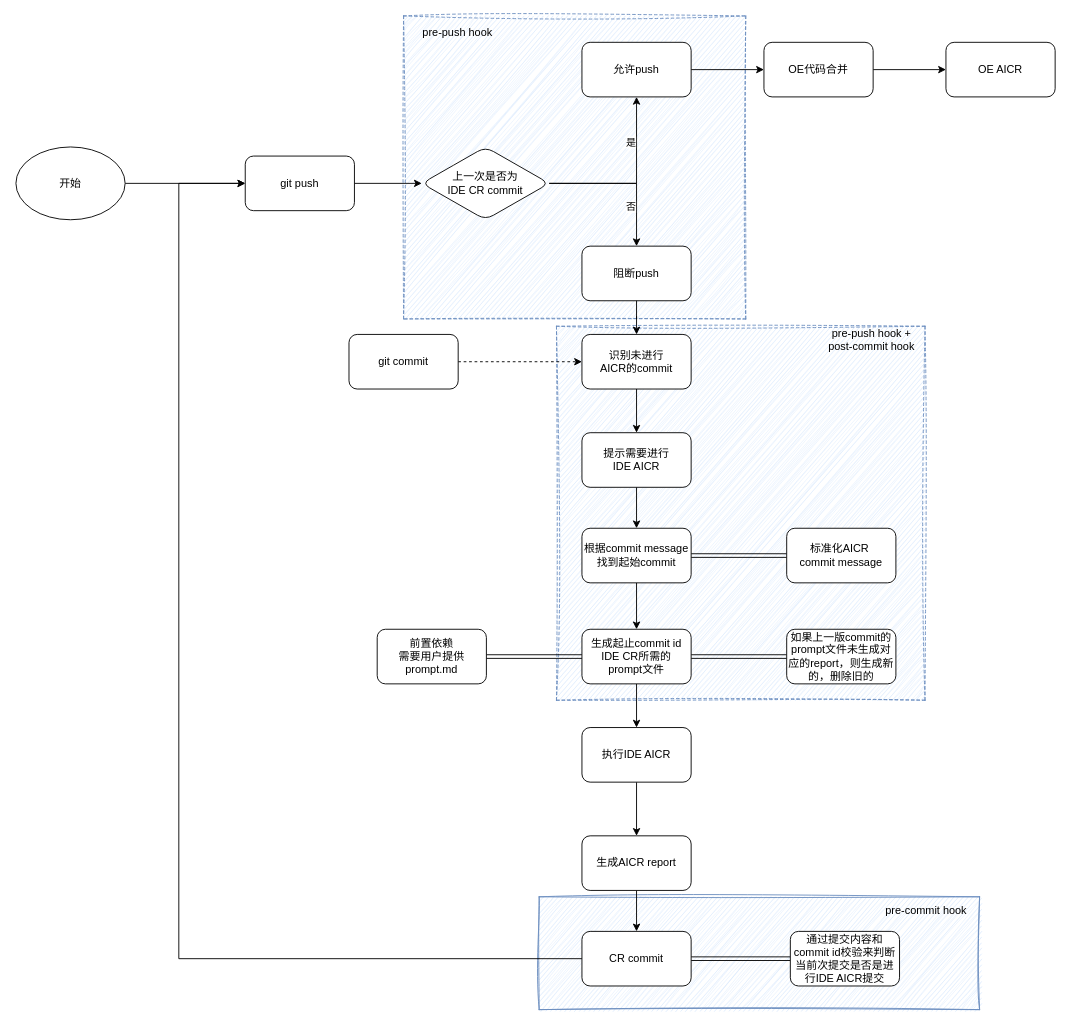
Before: ide-aicr.drawio in Zsynuting/diagram, a draw.io diagram. Source tidied: cells renumbered, new cells numbered last; positions are measured from the earlier drawing's top-left corner, leaving out a move shared by most shapes. Both pictures are drawn from the tidied source at 91%, with x=0, y=0 at pixel (15, 15).
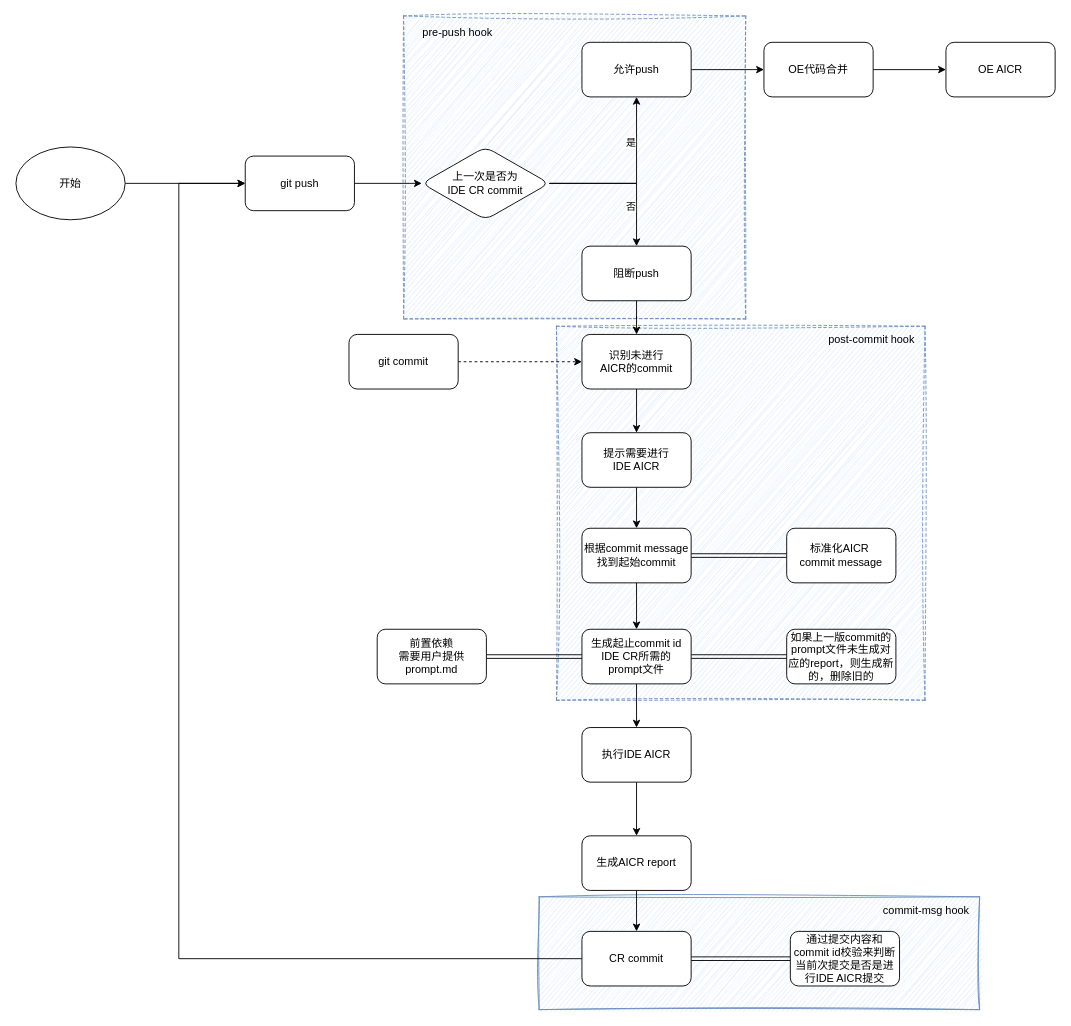
Above is the later version.

The edit, as a diff of the source:
```diff
@@
-    <mxCell id="46" value="pre-commit hook" style="text;html=1;whiteSpace=wrap;strokeColor=none;fillColor=none;align=center;verticalAlign=middle;rounded=0;" parent="1" vertex="1">
+    <mxCell id="46" value="commit-msg hook" style="text;html=1;whiteSpace=wrap;strokeColor=none;fillColor=none;align=center;verticalAlign=middle;rounded=0;" parent="1" vertex="1">
       <mxGeometry x="942" y="968" width="117" height="30" as="geometry" />
     </mxCell>
-    <mxCell id="47" value="pre-push hook + post-commit hook" style="text;html=1;whiteSpace=wrap;strokeColor=none;fillColor=none;align=center;verticalAlign=middle;rounded=0;" parent="1" vertex="1">
+    <mxCell id="47" value="post-commit hook" style="text;html=1;whiteSpace=wrap;strokeColor=none;fillColor=none;align=center;verticalAlign=middle;rounded=0;" parent="1" vertex="1">
       <mxGeometry x="882" y="341" width="117" height="30" as="geometry" />
     </mxCell>
```
